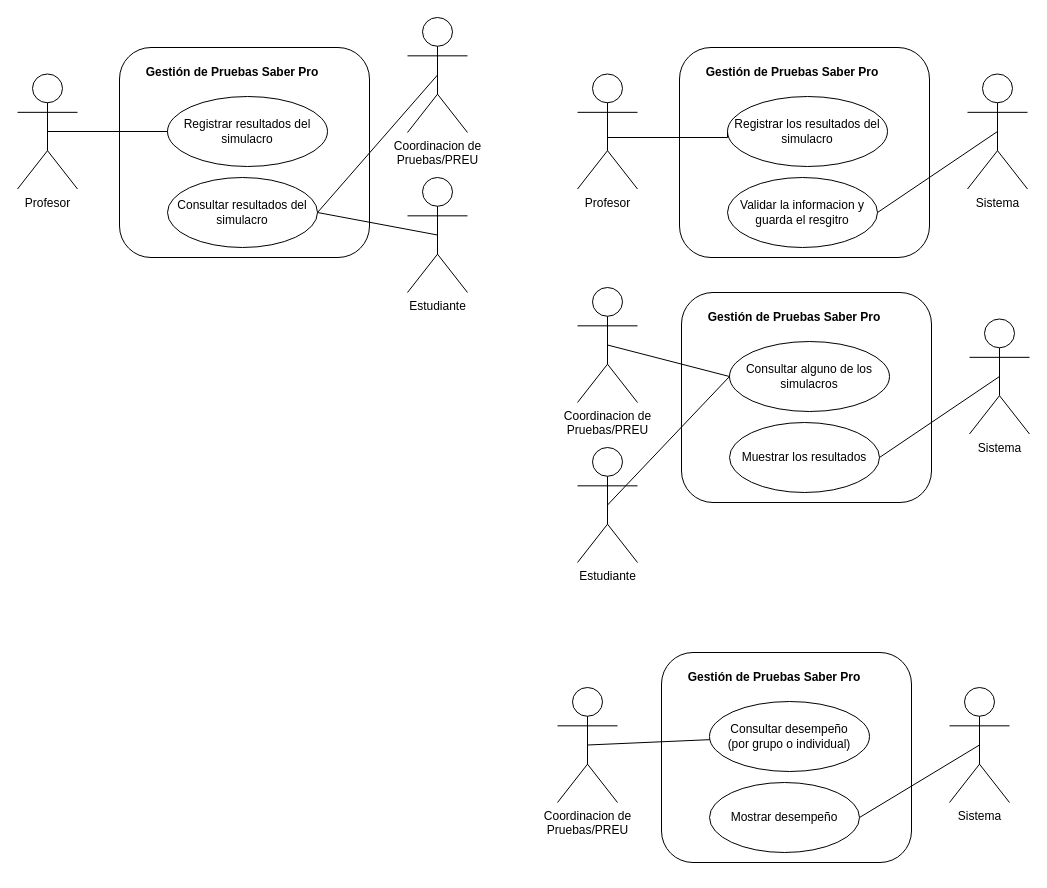
Above: Diagramas cdu/resultados simulacro.drawio in lauubeltran/isi-2026ii-SaberPro (draw.io), before the change. Source tidied: cells renumbered, new cells numbered last; positions are measured from the earlier drawing's top-left corner, leaving out a move shared by most shapes. Both pictures are drawn from the tidied source at 100%, with x=0, y=0 at pixel (17, 17).
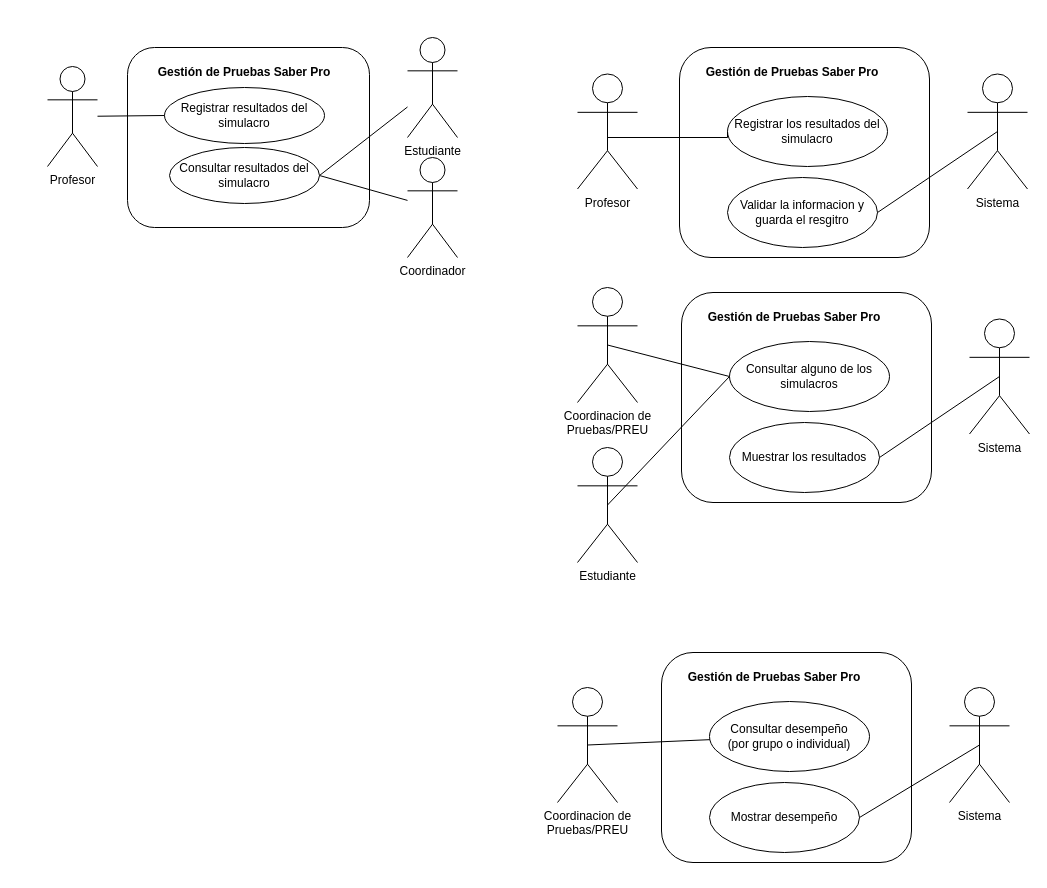
After the change.

Diff of the diagram source:
```diff
@@
     <mxCell id="2" value="&lt;div&gt;Profesor&lt;/div&gt;" style="shape=umlActor;verticalLabelPosition=bottom;verticalAlign=top;html=1;outlineConnect=0;" parent="1" vertex="1">
-      <mxGeometry y="56.5" width="60" height="115" as="geometry" />
+      <mxGeometry x="30" y="49" width="50" height="100" as="geometry" />
     </mxCell>
@@
     <mxCell id="5" style="rounded=1;whiteSpace=wrap;html=1;" parent="1" vertex="1">
-      <mxGeometry x="102" y="30" width="250" height="210" as="geometry" />
+      <mxGeometry x="110" y="30" width="242" height="180" as="geometry" />
     </mxCell>
-    <mxCell id="6" style="rounded=0;jettySize=auto;html=1;exitX=0.5;exitY=0.5;exitDx=0;exitDy=0;exitPerimeter=0;entryX=1;entryY=0.5;entryDx=0;entryDy=0;endArrow=none;endFill=0;" parent="1" edge="1" source="7" target="13">
-      <mxGeometry relative="1" as="geometry" />
-    </mxCell>
-    <mxCell id="7" value="Coordinacion de&lt;div&gt;Pruebas/PREU&lt;/div&gt;" style="shape=umlActor;verticalLabelPosition=bottom;verticalAlign=top;html=1;outlineConnect=0;" parent="1" vertex="1">
-      <mxGeometry x="390" width="60" height="115" as="geometry" />
+    <mxCell id="7" value="Coordinador" style="shape=umlActor;verticalLabelPosition=bottom;verticalAlign=top;html=1;outlineConnect=0;" parent="1" vertex="1">
+      <mxGeometry x="390" y="140" width="50" height="100" as="geometry" />
     </mxCell>
@@
     <mxCell id="10" value="&lt;b&gt;Gestión de Pruebas Saber Pro&lt;/b&gt;" style="text;html=1;whiteSpace=wrap;strokeColor=none;fillColor=none;align=center;verticalAlign=middle;rounded=0;" parent="1" vertex="1">
-      <mxGeometry x="110" y="40" width="210" height="30" as="geometry" />
+      <mxGeometry x="122" y="40" width="210" height="30" as="geometry" />
     </mxCell>
     <mxCell id="11" value="Registrar resultados del simulacro" style="ellipse;whiteSpace=wrap;html=1;shapeInside=1;" parent="1" vertex="1">
-      <mxGeometry x="150" y="79" width="160" height="70" as="geometry" />
+      <mxGeometry x="147" y="70" width="160" height="56" as="geometry" />
     </mxCell>
-    <mxCell id="12" style="endArrow=none;html=1;rounded=0;endFill=0;entryX=0;entryY=0.5;entryDx=0;entryDy=0;exitX=0.5;exitY=0.5;exitDx=0;exitDy=0;exitPerimeter=0;" parent="1" edge="1" source="2" target="11">
+    <mxCell id="12" style="endArrow=none;html=1;rounded=0;endFill=0;entryX=0;entryY=0.5;entryDx=0;entryDy=0;" parent="1" edge="1" source="2" target="11">
       <mxGeometry relative="1" as="geometry" />
     </mxCell>
+    <mxCell id="48" style="rounded=0;jettySize=auto;html=1;exitX=1;exitY=0.5;exitDx=0;exitDy=0;endArrow=none;endFill=0;" parent="1" edge="1" source="13" target="7">
+      <mxGeometry relative="1" as="geometry" />
+    </mxCell>
     <mxCell id="13" value="Consultar resultados del simulacro" style="ellipse;whiteSpace=wrap;html=1;shapeInside=1;" parent="1" vertex="1">
-      <mxGeometry x="150" y="160" width="150" height="70" as="geometry" />
+      <mxGeometry x="152" y="130" width="150" height="56" as="geometry" />
     </mxCell>
-    <mxCell id="14" style="rounded=0;jettySize=auto;html=1;exitX=0.5;exitY=0.5;exitDx=0;exitDy=0;exitPerimeter=0;entryX=1;entryY=0.5;entryDx=0;entryDy=0;endArrow=none;endFill=0;" parent="1" edge="1" source="15" target="13">
+    <mxCell id="14" style="rounded=0;jettySize=auto;html=1;entryX=1;entryY=0.5;entryDx=0;entryDy=0;endArrow=none;endFill=0;" parent="1" edge="1" source="15" target="13">
       <mxGeometry relative="1" as="geometry" />
     </mxCell>
     <mxCell id="15" value="Estudiante" style="shape=umlActor;verticalLabelPosition=bottom;verticalAlign=top;html=1;outlineConnect=0;" parent="1" vertex="1">
-      <mxGeometry x="390" y="160" width="60" height="115" as="geometry" />
+      <mxGeometry x="390" y="20" width="50" height="100" as="geometry" />
     </mxCell>
```
